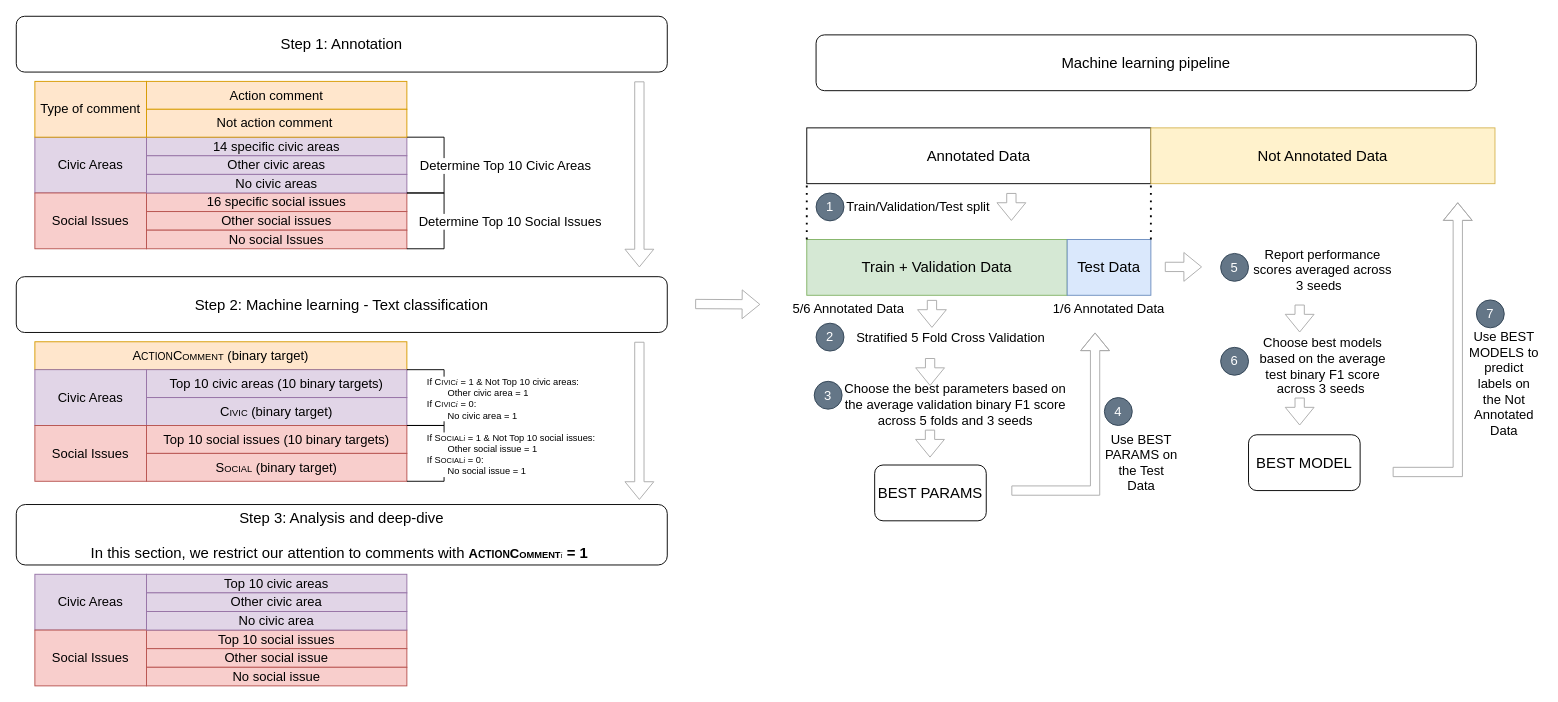
changgge/changgge keeps this draw.io diagram as LocalGovKFold.drawio. Above is the earlier version. Source tidied: cells renumbered, new cells numbered last; positions are measured from the earlier drawing's top-left corner, leaving out a move shared by most shapes. Both pictures are drawn from the tidied source at 93%, with x=0, y=0 at pixel (16, 16).
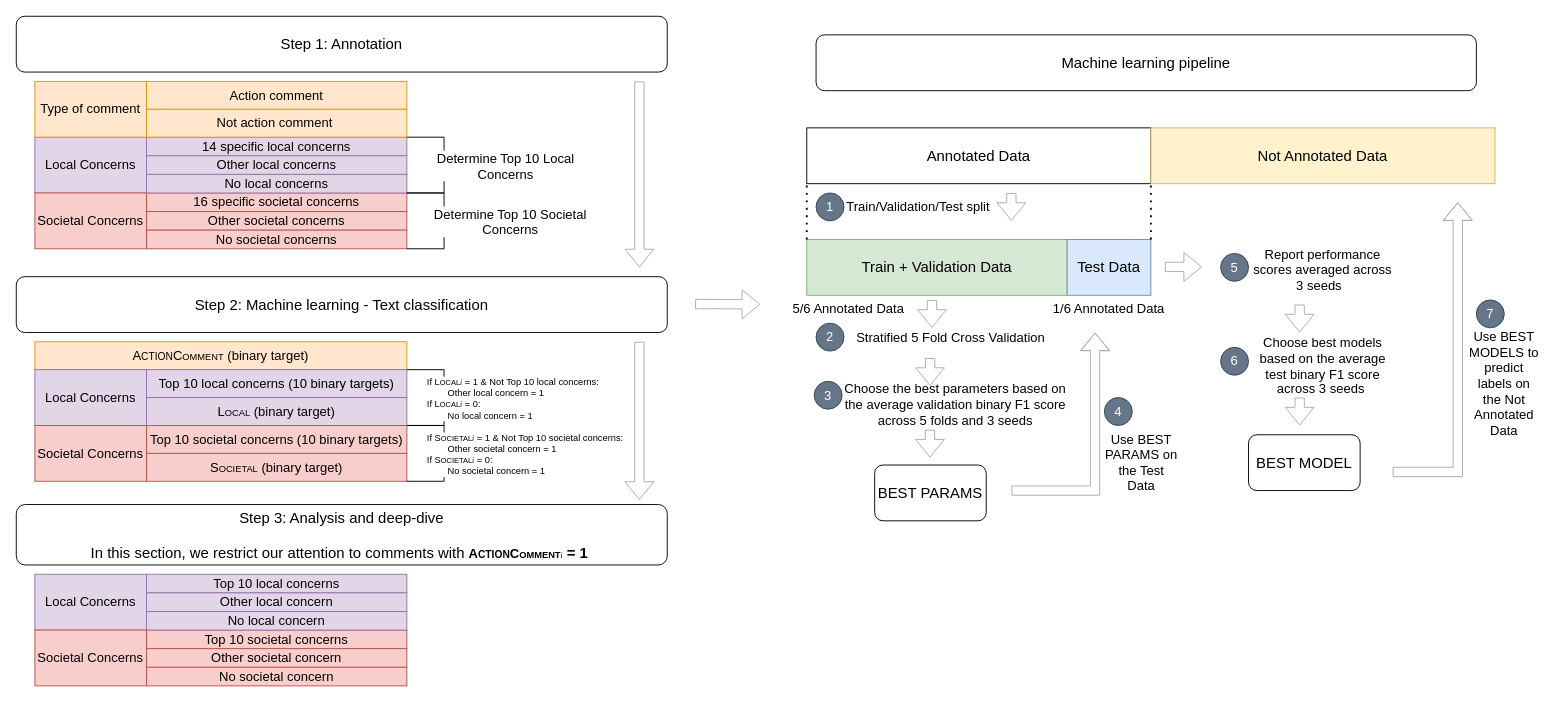
After the change.

The change refers to these unchanged cells:
```xml
<mxCell id="46" style="edgeStyle=orthogonalEdgeStyle;rounded=0;jettySize=auto;html=1;exitX=1;exitY=1;exitDx=0;exitDy=0;entryX=1;entryY=0;entryDx=0;entryDy=0;endArrow=none;endFill=0;fontSize=14;" parent="1" edge="1" source="48" target="39">
  <mxGeometry relative="1" as="geometry">
    <Array as="points">
      <mxPoint x="460" y="130" />
      <mxPoint x="460" y="190" />
    </Array>
  </mxGeometry>
</mxCell>
<mxCell id="49" style="edgeStyle=orthogonalEdgeStyle;rounded=0;orthogonalLoop=1;jettySize=auto;html=1;exitX=1;exitY=1;exitDx=0;exitDy=0;entryX=1;entryY=0;entryDx=0;entryDy=0;endArrow=none;endFill=0;fontSize=14;" parent="1" edge="1">
  <mxGeometry relative="1" as="geometry">
    <mxPoint x="420" y="190" as="sourcePoint" />
    <mxPoint x="420" y="250" as="targetPoint" />
    <Array as="points">
      <mxPoint x="460" y="190" />
      <mxPoint x="460" y="250" />
    </Array>
  </mxGeometry>
</mxCell>
<mxCell id="57" style="edgeStyle=orthogonalEdgeStyle;rounded=0;orthogonalLoop=1;jettySize=auto;html=1;exitX=1;exitY=1;exitDx=0;exitDy=0;entryX=1;entryY=0;entryDx=0;entryDy=0;endArrow=none;endFill=0;fontSize=14;" parent="1" edge="1">
  <mxGeometry relative="1" as="geometry">
    <mxPoint x="420" y="380" as="sourcePoint" />
    <mxPoint x="420" y="440" as="targetPoint" />
    <Array as="points">
      <mxPoint x="460" y="380" />
      <mxPoint x="460" y="440" />
    </Array>
  </mxGeometry>
</mxCell>
<mxCell id="62" style="edgeStyle=orthogonalEdgeStyle;rounded=0;orthogonalLoop=1;jettySize=auto;html=1;exitX=1;exitY=1;exitDx=0;exitDy=0;entryX=1;entryY=0;entryDx=0;entryDy=0;endArrow=none;endFill=0;fillColor=#f8cecc;strokeColor=light-dark(#000000, #d7817e);fontSize=14;" parent="1" edge="1">
  <mxGeometry relative="1" as="geometry">
    <mxPoint x="420" y="440" as="sourcePoint" />
    <mxPoint x="420" y="500" as="targetPoint" />
    <Array as="points">
      <mxPoint x="460" y="440" />
      <mxPoint x="460" y="500" />
    </Array>
  </mxGeometry>
</mxCell>
```

Diff of the diagram source:
```diff
@@
-    <mxCell id="36" value="Civic Areas" style="rounded=0;whiteSpace=wrap;html=1;fillColor=#e1d5e7;strokeColor=#9673a6;fontSize=14;" parent="1" vertex="1">
+    <mxCell id="36" value="Local Concerns" style="rounded=0;whiteSpace=wrap;html=1;fillColor=#e1d5e7;strokeColor=#9673a6;fontSize=14;" parent="1" vertex="1">
       <mxGeometry x="20" y="130" width="120" height="60" as="geometry" />
     </mxCell>
@@
-    <mxCell id="38" value="Social Issues" style="rounded=0;whiteSpace=wrap;html=1;fillColor=#f8cecc;strokeColor=#b85450;fontSize=14;" parent="1" vertex="1">
+    <mxCell id="38" value="Societal Concerns" style="rounded=0;whiteSpace=wrap;html=1;fillColor=#f8cecc;strokeColor=#b85450;fontSize=14;" parent="1" vertex="1">
       <mxGeometry x="20" y="190" width="120" height="60" as="geometry" />
     </mxCell>
-    <mxCell id="39" value="16 specific social issues" style="rounded=0;whiteSpace=wrap;html=1;fillColor=#f8cecc;strokeColor=#b85450;fontSize=14;" parent="1" vertex="1">
+    <mxCell id="39" value="16 specific societal concerns" style="rounded=0;whiteSpace=wrap;html=1;fillColor=#f8cecc;strokeColor=#b85450;fontSize=14;" parent="1" vertex="1">
       <mxGeometry x="140" y="190" width="280" height="20" as="geometry" />
     </mxCell>
-    <mxCell id="40" value="Other social issues" style="rounded=0;whiteSpace=wrap;html=1;fillColor=#f8cecc;strokeColor=#b85450;fontSize=14;" parent="1" vertex="1">
+    <mxCell id="40" value="Other societal concerns" style="rounded=0;whiteSpace=wrap;html=1;fillColor=#f8cecc;strokeColor=#b85450;fontSize=14;" parent="1" vertex="1">
       <mxGeometry x="140" y="210" width="280" height="20" as="geometry" />
     </mxCell>
-    <mxCell id="41" value="No social Issues" style="rounded=0;whiteSpace=wrap;html=1;fillColor=#f8cecc;strokeColor=#b85450;fontSize=14;" parent="1" vertex="1">
+    <mxCell id="41" value="No societal concerns" style="rounded=0;whiteSpace=wrap;html=1;fillColor=#f8cecc;strokeColor=#b85450;fontSize=14;" parent="1" vertex="1">
       <mxGeometry x="140" y="230" width="280" height="20" as="geometry" />
     </mxCell>
-    <mxCell id="42" value="14 specific civic areas" style="rounded=0;whiteSpace=wrap;html=1;fillColor=#e1d5e7;strokeColor=#9673a6;fontSize=14;" parent="1" vertex="1">
+    <mxCell id="42" value="14 specific local concerns" style="rounded=0;whiteSpace=wrap;html=1;fillColor=#e1d5e7;strokeColor=#9673a6;fontSize=14;" parent="1" vertex="1">
       <mxGeometry x="140" y="130" width="280" height="20" as="geometry" />
     </mxCell>
-    <mxCell id="43" value="Other civic areas" style="rounded=0;whiteSpace=wrap;html=1;fillColor=#e1d5e7;strokeColor=#9673a6;fontSize=14;" parent="1" vertex="1">
+    <mxCell id="43" value="Other local concerns" style="rounded=0;whiteSpace=wrap;html=1;fillColor=#e1d5e7;strokeColor=#9673a6;fontSize=14;" parent="1" vertex="1">
       <mxGeometry x="140" y="150" width="280" height="20" as="geometry" />
     </mxCell>
-    <mxCell id="44" value="No civic areas" style="rounded=0;whiteSpace=wrap;html=1;fillColor=#e1d5e7;strokeColor=#9673a6;fontSize=14;" parent="1" vertex="1">
+    <mxCell id="44" value="No&amp;nbsp;local concerns" style="rounded=0;whiteSpace=wrap;html=1;fillColor=#e1d5e7;strokeColor=#9673a6;fontSize=14;" parent="1" vertex="1">
       <mxGeometry x="140" y="170" width="280" height="20" as="geometry" />
     </mxCell>
@@
-    <mxCell id="47" value="Determine Top 10 Civic Areas" style="edgeLabel;html=1;align=center;verticalAlign=middle;fontSize=14;" parent="46" vertex="1">
+    <mxCell id="47" value="Determine Top 10&amp;nbsp;&lt;span style=&quot;white-space: normal;&quot;&gt;Local Concerns&lt;/span&gt;" style="edgeLabel;html=1;align=center;verticalAlign=middle;fontSize=14;labelBackgroundColor=default;" parent="46" vertex="1">
       <mxGeometry x="-0.03" relative="1" as="geometry">
         <mxPoint x="65" y="2" as="offset" />
       </mxGeometry>
     </mxCell>
@@
-    <mxCell id="50" value="Determine Top 10 Social Issues" style="edgeLabel;html=1;align=center;verticalAlign=middle;fontSize=14;" parent="49" vertex="1">
+    <mxCell id="50" value="Determine Top 10 S&lt;span style=&quot;white-space: normal;&quot;&gt;ocietal Concerns&lt;/span&gt;" style="edgeLabel;html=1;align=center;verticalAlign=middle;fontSize=14;labelBackgroundColor=default;" parent="49" vertex="1">
       <mxGeometry x="-0.03" relative="1" as="geometry">
         <mxPoint x="70" y="2" as="offset" />
       </mxGeometry>
     </mxCell>
@@
-    <mxCell id="53" value="Civic Areas" style="rounded=0;whiteSpace=wrap;html=1;fillColor=#e1d5e7;strokeColor=#9673a6;fontSize=14;" parent="1" vertex="1">
-      <mxGeometry x="20" y="380" width="120" height="60" as="geometry" />
-    </mxCell>
-    <mxCell id="54" value="Top 10 civic areas (10 binary targets)" style="rounded=0;whiteSpace=wrap;html=1;fillColor=#e1d5e7;strokeColor=#9673a6;fontSize=14;" parent="1" vertex="1">
+    <mxCell id="54" value="Top 10 local concerns (10 binary targets)" style="rounded=0;whiteSpace=wrap;html=1;fillColor=#e1d5e7;strokeColor=#9673a6;fontSize=14;" parent="1" vertex="1">
       <mxGeometry x="140" y="380" width="280" height="30" as="geometry" />
     </mxCell>
-    <mxCell id="55" value="C&lt;font style=&quot;font-size: 10px;&quot;&gt;IVIC&lt;/font&gt;&lt;font&gt; (binary target&lt;/font&gt;&lt;font&gt;)&lt;/font&gt;" style="rounded=0;whiteSpace=wrap;html=1;fillColor=#e1d5e7;strokeColor=#9673a6;fontSize=14;" parent="1" vertex="1">
+    <mxCell id="55" value="L&lt;font style=&quot;font-size: 10px;&quot;&gt;OCAL&lt;/font&gt;&lt;font&gt;&amp;nbsp;(binary target&lt;/font&gt;&lt;font&gt;)&lt;/font&gt;" style="rounded=0;whiteSpace=wrap;html=1;fillColor=#e1d5e7;strokeColor=#9673a6;fontSize=14;" parent="1" vertex="1">
       <mxGeometry x="140" y="410" width="280" height="30" as="geometry" />
     </mxCell>
@@
-    <mxCell id="58" value="If C&lt;font style=&quot;font-size: 8px;&quot;&gt;IVIC&lt;font face=&quot;Times New Roman&quot;&gt;&lt;i&gt;i&lt;/i&gt;&lt;/font&gt;&lt;/font&gt; = 1 &amp;amp; Not Top 10 civic areas:&amp;nbsp;&lt;div&gt;&lt;span style=&quot;white-space: pre;&quot;&gt;&#9;&lt;/span&gt;Other civic area = 1&lt;div&gt;If C&lt;font style=&quot;font-size: 8px;&quot;&gt;IVIC&lt;/font&gt;&lt;i style=&quot;font-family: &amp;quot;Times New Roman&amp;quot;; font-size: 8px;&quot;&gt;i&lt;/i&gt;&amp;nbsp;= 0:&amp;nbsp;&lt;/div&gt;&lt;div&gt;&lt;span style=&quot;white-space: pre;&quot;&gt;&#9;&lt;/span&gt;No civic area = 1&lt;/div&gt;&lt;/div&gt;" style="edgeLabel;html=1;align=left;verticalAlign=middle;fontSize=10;" parent="57" vertex="1">
+    <mxCell id="58" value="If L&lt;font style=&quot;font-size: 8px;&quot;&gt;OCAL&lt;font face=&quot;Times New Roman&quot;&gt;&lt;i&gt;i&lt;/i&gt;&lt;/font&gt;&lt;/font&gt; = 1 &amp;amp; Not Top 10 local concerns:&amp;nbsp;&lt;div&gt;&lt;span style=&quot;white-space: pre;&quot;&gt;&#9;&lt;/span&gt;Other local concern = 1&lt;div&gt;If L&lt;font style=&quot;font-size: 8px;&quot;&gt;OCAL&lt;font face=&quot;Times New Roman&quot;&gt;&lt;i&gt;i&lt;/i&gt;&lt;/font&gt;&lt;/font&gt;&amp;nbsp;= 0:&amp;nbsp;&lt;/div&gt;&lt;div&gt;&lt;span style=&quot;white-space: pre;&quot;&gt;&#9;&lt;/span&gt;No local concern = 1&lt;/div&gt;&lt;/div&gt;" style="edgeLabel;html=1;align=left;verticalAlign=middle;fontSize=10;" parent="57" vertex="1">
       <mxGeometry x="-0.03" relative="1" as="geometry">
         <mxPoint x="-20" y="2" as="offset" />
       </mxGeometry>
     </mxCell>
-    <mxCell id="59" value="Social Issues" style="rounded=0;whiteSpace=wrap;html=1;fillColor=#f8cecc;strokeColor=#b85450;fontSize=14;" parent="1" vertex="1">
-      <mxGeometry x="20" y="440" width="120" height="60" as="geometry" />
-    </mxCell>
-    <mxCell id="60" value="Top 10 social issues (10 binary targets)" style="rounded=0;whiteSpace=wrap;html=1;fillColor=#f8cecc;strokeColor=#b85450;fontSize=14;" parent="1" vertex="1">
+    <mxCell id="60" value="Top 10 societal concerns (10 binary targets)" style="rounded=0;whiteSpace=wrap;html=1;fillColor=#f8cecc;strokeColor=#b85450;fontSize=14;" parent="1" vertex="1">
       <mxGeometry x="140" y="440" width="280" height="30" as="geometry" />
     </mxCell>
-    <mxCell id="61" value="&lt;font&gt;S&lt;font style=&quot;font-size: 10px;&quot;&gt;OCIAL&lt;/font&gt;&lt;/font&gt;&lt;font&gt;&amp;nbsp;(binary target&lt;/font&gt;&lt;font&gt;)&lt;/font&gt;" style="rounded=0;whiteSpace=wrap;html=1;fillColor=#f8cecc;strokeColor=#b85450;fontSize=14;" parent="1" vertex="1">
+    <mxCell id="61" value="&lt;font&gt;S&lt;font style=&quot;font-size: 10px;&quot;&gt;OCIETAL&lt;/font&gt;&lt;/font&gt;&lt;font&gt;&amp;nbsp;(binary target&lt;/font&gt;&lt;font&gt;)&lt;/font&gt;" style="rounded=0;whiteSpace=wrap;html=1;fillColor=#f8cecc;strokeColor=#b85450;fontSize=14;" parent="1" vertex="1">
       <mxGeometry x="140" y="470" width="280" height="30" as="geometry" />
     </mxCell>
@@
-    <mxCell id="63" value="If S&lt;font style=&quot;font-size: 8px;&quot;&gt;OCIAL&lt;/font&gt;&lt;i style=&quot;font-family: &amp;quot;Times New Roman&amp;quot;; font-size: 8px;&quot;&gt;i&lt;/i&gt;&amp;nbsp;= 1 &amp;amp; Not Top 10 social issues:&amp;nbsp;&lt;div&gt;&lt;span style=&quot;white-space: pre;&quot;&gt;&#9;&lt;/span&gt;Other social issue = 1&lt;div&gt;If S&lt;font style=&quot;font-size: 8px;&quot;&gt;OCIAL&lt;/font&gt;&lt;i style=&quot;font-family: &amp;quot;Times New Roman&amp;quot;; font-size: 8px;&quot;&gt;i&lt;/i&gt;&amp;nbsp;= 0:&amp;nbsp;&lt;/div&gt;&lt;div&gt;&lt;span style=&quot;white-space: pre;&quot;&gt;&#9;&lt;/span&gt;No social issue = 1&lt;/div&gt;&lt;/div&gt;" style="edgeLabel;html=1;align=left;verticalAlign=middle;fontSize=10;" parent="62" vertex="1">
+    <mxCell id="63" value="If S&lt;font style=&quot;font-size: 8px;&quot;&gt;OCIETAL&lt;/font&gt;&lt;i style=&quot;font-family: &amp;quot;Times New Roman&amp;quot;; font-size: 8px;&quot;&gt;i&lt;/i&gt;&amp;nbsp;= 1 &amp;amp; Not Top 10 societal concerns:&amp;nbsp;&lt;div&gt;&lt;span style=&quot;white-space: pre;&quot;&gt;&#9;&lt;/span&gt;Other societal concern = 1&lt;div&gt;If S&lt;font style=&quot;font-size: 8px;&quot;&gt;OCIETAL&lt;/font&gt;&lt;i style=&quot;font-family: &amp;quot;Times New Roman&amp;quot;; font-size: 8px;&quot;&gt;i&lt;/i&gt;&amp;nbsp;= 0:&amp;nbsp;&lt;/div&gt;&lt;div&gt;&lt;span style=&quot;white-space: pre;&quot;&gt;&#9;&lt;/span&gt;No societal concern = 1&lt;/div&gt;&lt;/div&gt;" style="edgeLabel;html=1;align=left;verticalAlign=middle;fontSize=10;" parent="62" vertex="1">
       <mxGeometry x="-0.03" relative="1" as="geometry">
         <mxPoint x="-20" y="2" as="offset" />
       </mxGeometry>
     </mxCell>
@@
-    <mxCell id="68" value="Civic Areas" style="rounded=0;whiteSpace=wrap;html=1;fillColor=#e1d5e7;strokeColor=#9673a6;fontSize=14;" parent="1" vertex="1">
-      <mxGeometry x="20" y="600" width="120" height="60" as="geometry" />
-    </mxCell>
-    <mxCell id="69" value="Top 10 civic areas" style="rounded=0;whiteSpace=wrap;html=1;fillColor=#e1d5e7;strokeColor=#9673a6;fontSize=14;" parent="1" vertex="1">
+    <mxCell id="69" value="Top 10 local concerns" style="rounded=0;whiteSpace=wrap;html=1;fillColor=#e1d5e7;strokeColor=#9673a6;fontSize=14;" parent="1" vertex="1">
       <mxGeometry x="140" y="600" width="280" height="20" as="geometry" />
     </mxCell>
-    <mxCell id="70" value="Social Issues" style="rounded=0;whiteSpace=wrap;html=1;fillColor=#f8cecc;strokeColor=#b85450;fontSize=14;" parent="1" vertex="1">
-      <mxGeometry x="20" y="660" width="120" height="60" as="geometry" />
-    </mxCell>
-    <mxCell id="71" value="Top 10 social issues" style="rounded=0;whiteSpace=wrap;html=1;fillColor=#f8cecc;strokeColor=#b85450;fontSize=14;" parent="1" vertex="1">
+    <mxCell id="71" value="Top 10 societal concerns" style="rounded=0;whiteSpace=wrap;html=1;fillColor=#f8cecc;strokeColor=#b85450;fontSize=14;" parent="1" vertex="1">
       <mxGeometry x="140" y="660" width="280" height="20" as="geometry" />
     </mxCell>
-    <mxCell id="72" value="Other civic area" style="rounded=0;whiteSpace=wrap;html=1;fillColor=#e1d5e7;strokeColor=#9673a6;fontSize=14;" parent="1" vertex="1">
+    <mxCell id="72" value="Other local concern" style="rounded=0;whiteSpace=wrap;html=1;fillColor=#e1d5e7;strokeColor=#9673a6;fontSize=14;" parent="1" vertex="1">
       <mxGeometry x="140" y="620" width="280" height="20" as="geometry" />
     </mxCell>
-    <mxCell id="73" value="No civic area" style="rounded=0;whiteSpace=wrap;html=1;fillColor=#e1d5e7;strokeColor=#9673a6;fontSize=14;" parent="1" vertex="1">
+    <mxCell id="73" value="No&amp;nbsp;local concern" style="rounded=0;whiteSpace=wrap;html=1;fillColor=#e1d5e7;strokeColor=#9673a6;fontSize=14;" parent="1" vertex="1">
       <mxGeometry x="140" y="640" width="280" height="20" as="geometry" />
     </mxCell>
-    <mxCell id="74" value="Other social issue" style="rounded=0;whiteSpace=wrap;html=1;fillColor=#f8cecc;strokeColor=#b85450;fontSize=14;" parent="1" vertex="1">
+    <mxCell id="74" value="Other societal concern" style="rounded=0;whiteSpace=wrap;html=1;fillColor=#f8cecc;strokeColor=#b85450;fontSize=14;" parent="1" vertex="1">
       <mxGeometry x="140" y="680" width="280" height="20" as="geometry" />
     </mxCell>
-    <mxCell id="75" value="No social issue" style="rounded=0;whiteSpace=wrap;html=1;fillColor=#f8cecc;strokeColor=#b85450;fontSize=14;" parent="1" vertex="1">
+    <mxCell id="75" value="No societal concern" style="rounded=0;whiteSpace=wrap;html=1;fillColor=#f8cecc;strokeColor=#b85450;fontSize=14;" parent="1" vertex="1">
       <mxGeometry x="140" y="700" width="280" height="20" as="geometry" />
     </mxCell>
+    <mxCell id="76" value="Local Concerns" style="rounded=0;whiteSpace=wrap;html=1;fillColor=#e1d5e7;strokeColor=#9673a6;fontSize=14;" parent="1" vertex="1">
+      <mxGeometry x="20" y="380" width="120" height="60" as="geometry" />
+    </mxCell>
+    <mxCell id="77" value="Societal Concerns" style="rounded=0;whiteSpace=wrap;html=1;fillColor=#f8cecc;strokeColor=#b85450;fontSize=14;" parent="1" vertex="1">
+      <mxGeometry x="20" y="440" width="120" height="60" as="geometry" />
+    </mxCell>
+    <mxCell id="78" value="Local Concerns" style="rounded=0;whiteSpace=wrap;html=1;fillColor=#e1d5e7;strokeColor=#9673a6;fontSize=14;" parent="1" vertex="1">
+      <mxGeometry x="20" y="600" width="120" height="60" as="geometry" />
+    </mxCell>
+    <mxCell id="79" value="Societal Concerns" style="rounded=0;whiteSpace=wrap;html=1;fillColor=#f8cecc;strokeColor=#b85450;fontSize=14;" parent="1" vertex="1">
+      <mxGeometry x="20" y="660" width="120" height="60" as="geometry" />
+    </mxCell>
```
